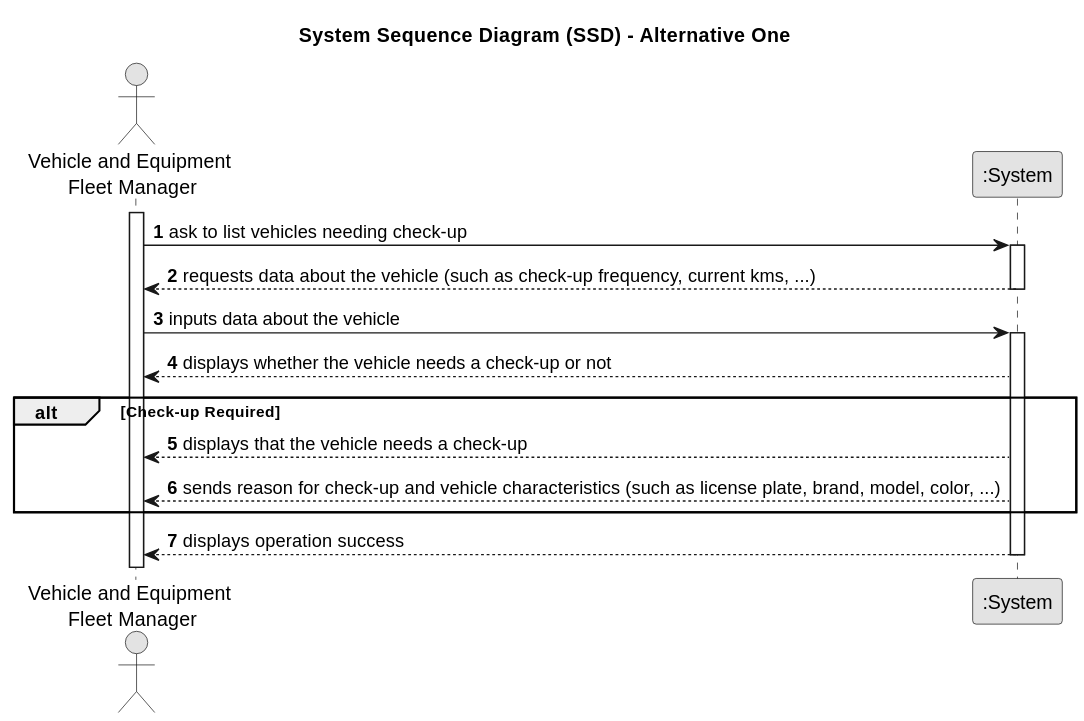
Before: docs/sprintA&B/us008/01.requirements-engineering/svg/us008-system-sequence-diagram-alternative-one.svg, a diagram exported from PlantUML (daniel41silva05/ISEP_2023_2024_LAPR2).
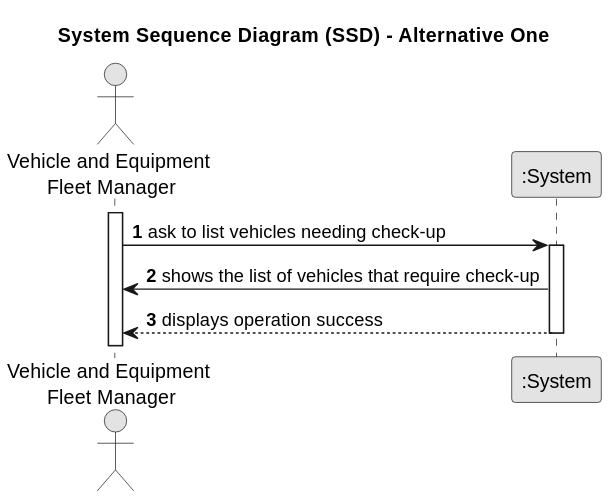
Above is the later version.

Commit message:
US008 - correction SSD

The edit, as a diff of the source:
```diff
@@ -15,19 +15,9 @@
     Employee -> System : ask to list vehicles needing check-up
     activate System
 
-        System --> Employee : requests data about the vehicle (such as check-up frequency, current kms, ...)
+        System -> Employee : shows the list of vehicles that require check-up
 
-    deactivate System
-
-    Employee -> System : inputs data about the vehicle
-    activate System
-
-    System --> Employee : displays whether the vehicle needs a check-up or not
-        alt Check-up Required
-            System --> Employee : displays that the vehicle needs a check-up
-            System --> Employee : sends reason for check-up and vehicle characteristics (such as license plate, brand, model, color, ...)
-        end
-        System --> Employee : displays operation success
+    System --> Employee : displays operation success
 
     deactivate System
 @enduml
```
